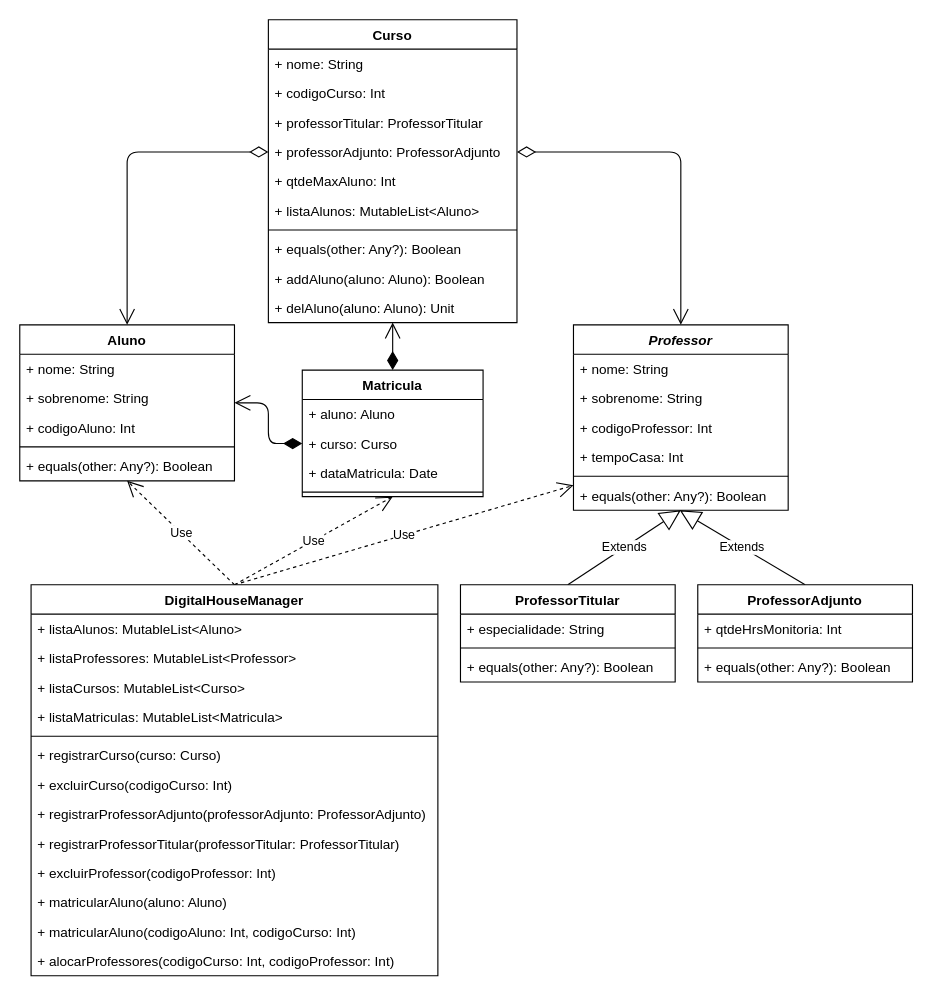
Above: uml/DesafioKotlin.drawio in JonatasEliel/DesafioKotlin (draw.io), before the change. Source tidied: cells renumbered, new cells numbered last; positions are measured from the earlier drawing's top-left corner, leaving out a move shared by most shapes. Both pictures are drawn from the tidied source at 113%, with x=0, y=0 at pixel (19, 19).
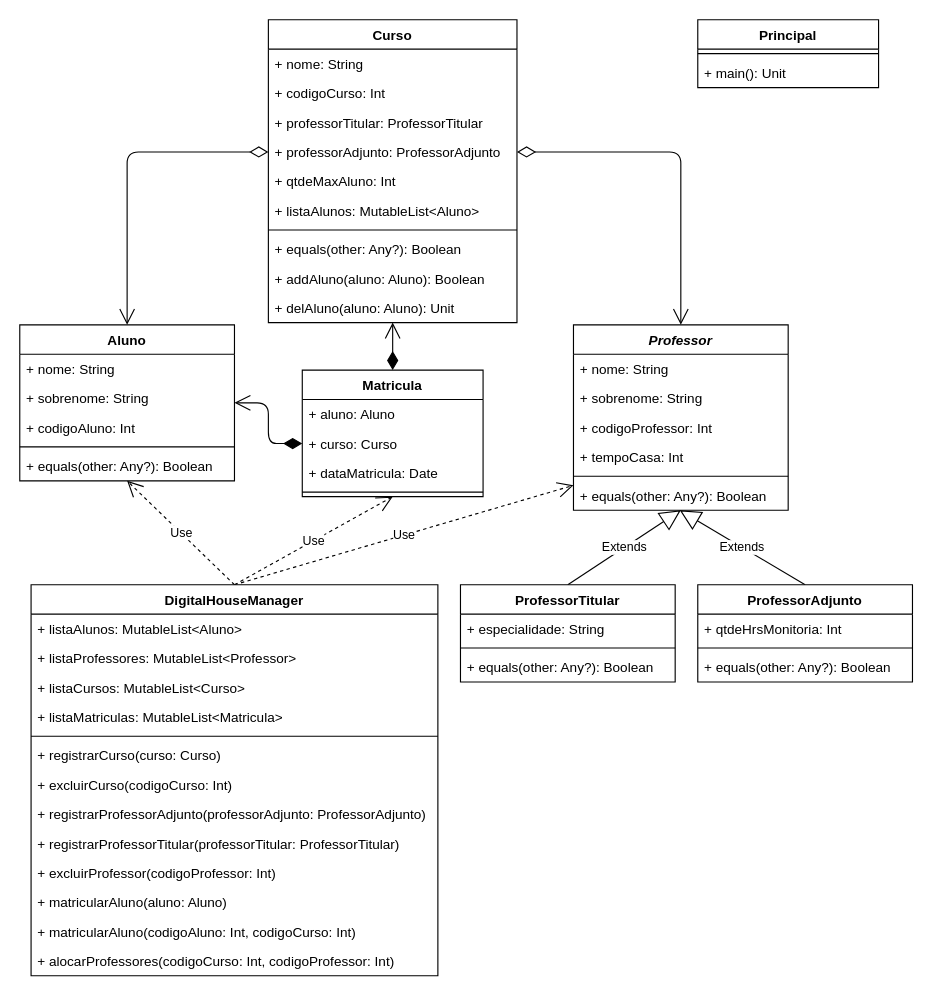
The same page after the edit.

Commit message:
insercao da classe Principal

What changed in the source:
```diff
@@
+    <mxCell id="62" value="Principal" style="swimlane;fontStyle=1;align=center;verticalAlign=top;horizontal=1;startSize=26;" parent="1" vertex="1">
+      <mxGeometry x="600" width="160" height="60" as="geometry" />
+    </mxCell>
+    <mxCell id="63" style="line;strokeWidth=1;fillColor=none;align=left;verticalAlign=middle;spacingTop=-1;spacingLeft=3;spacingRight=3;labelPosition=right;" parent="62" vertex="1">
+      <mxGeometry y="26" width="160" height="8" as="geometry" />
+    </mxCell>
+    <mxCell id="64" value="+ main(): Unit" style="text;strokeColor=none;fillColor=none;align=left;verticalAlign=top;spacingLeft=4;spacingRight=4;overflow=hidden;" parent="62" vertex="1">
+      <mxGeometry y="34" width="160" height="26" as="geometry" />
+    </mxCell>
```
